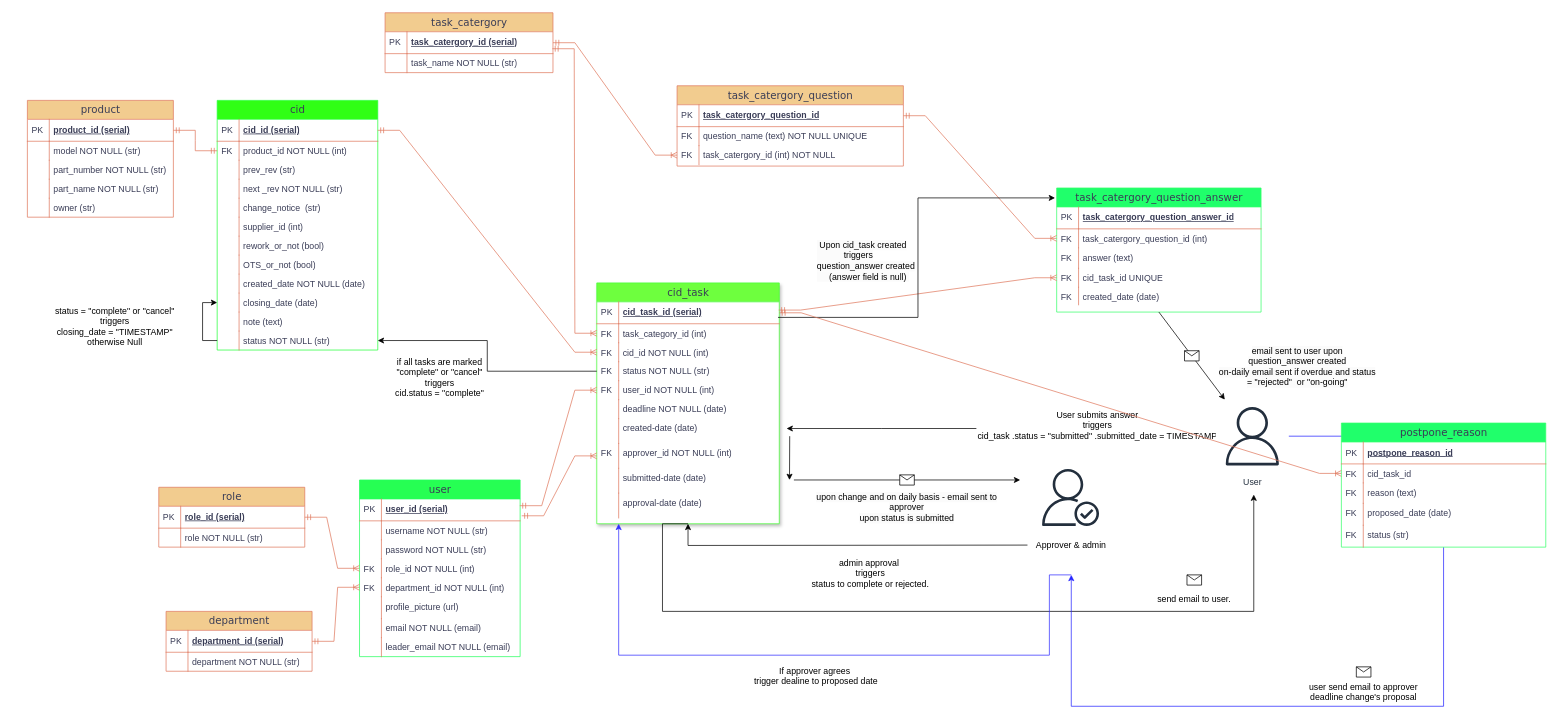
HieuBuiCong/ResumeHieuBC keeps this draw.io diagram as Untitled Diagram.drawio. Above is the earlier version. Source tidied: cells renumbered, new cells numbered last; positions are measured from the earlier drawing's top-left corner, leaving out a move shared by most shapes. Both pictures are drawn from the tidied source at 73%, with x=0, y=0 at pixel (12, -97). Pictures stored in the file or linked from it are replaced by grey dashed boxes.
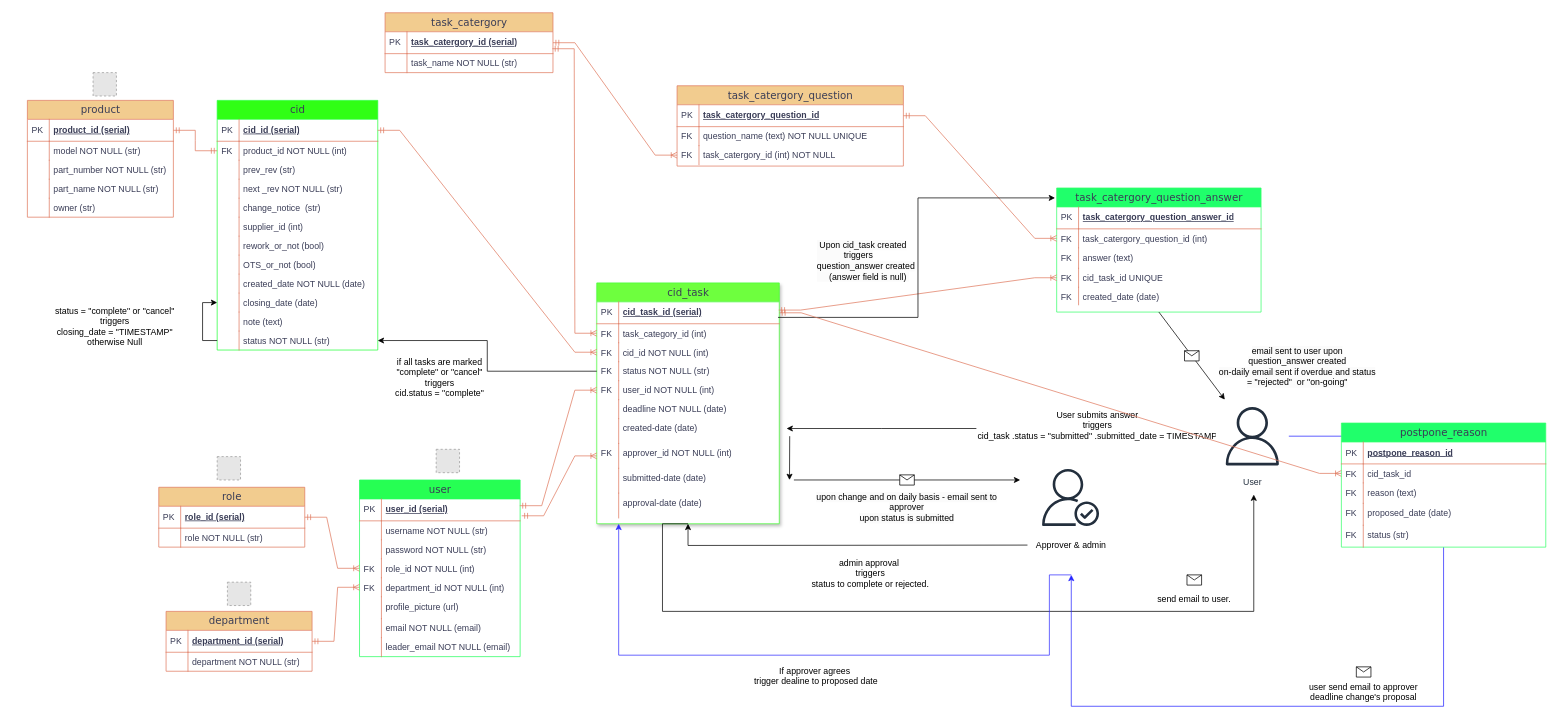
The same diagram, later.

Diff of the diagram source:
```diff
@@
+    <mxCell id="159" style="fillColor=#E6E6E6;strokeColor=#999999;dashed=1;html=1;verticalAlign=top;verticalLabelPosition=bottom;labelBackgroundColor=#ffffff;" parent="1" vertex="1">
+      <mxGeometry x="294" y="930" width="32" height="32" as="geometry" />
+    </mxCell>
+    <mxCell id="160" style="fillColor=#E6E6E6;strokeColor=#999999;dashed=1;html=1;verticalAlign=top;verticalLabelPosition=bottom;labelBackgroundColor=#ffffff;" parent="1" vertex="1">
+      <mxGeometry x="280" y="758" width="32" height="32" as="geometry" />
+    </mxCell>
+    <mxCell id="161" style="fillColor=#E6E6E6;strokeColor=#999999;dashed=1;html=1;verticalAlign=top;verticalLabelPosition=bottom;labelBackgroundColor=#ffffff;" parent="1" vertex="1">
+      <mxGeometry x="580" y="748" width="32" height="32" as="geometry" />
+    </mxCell>
+    <mxCell id="162" style="fillColor=#E6E6E6;strokeColor=#999999;dashed=1;html=1;verticalAlign=top;verticalLabelPosition=bottom;labelBackgroundColor=#ffffff;" parent="1" vertex="1">
+      <mxGeometry x="110" y="232" width="32" height="32" as="geometry" />
+    </mxCell>
```
